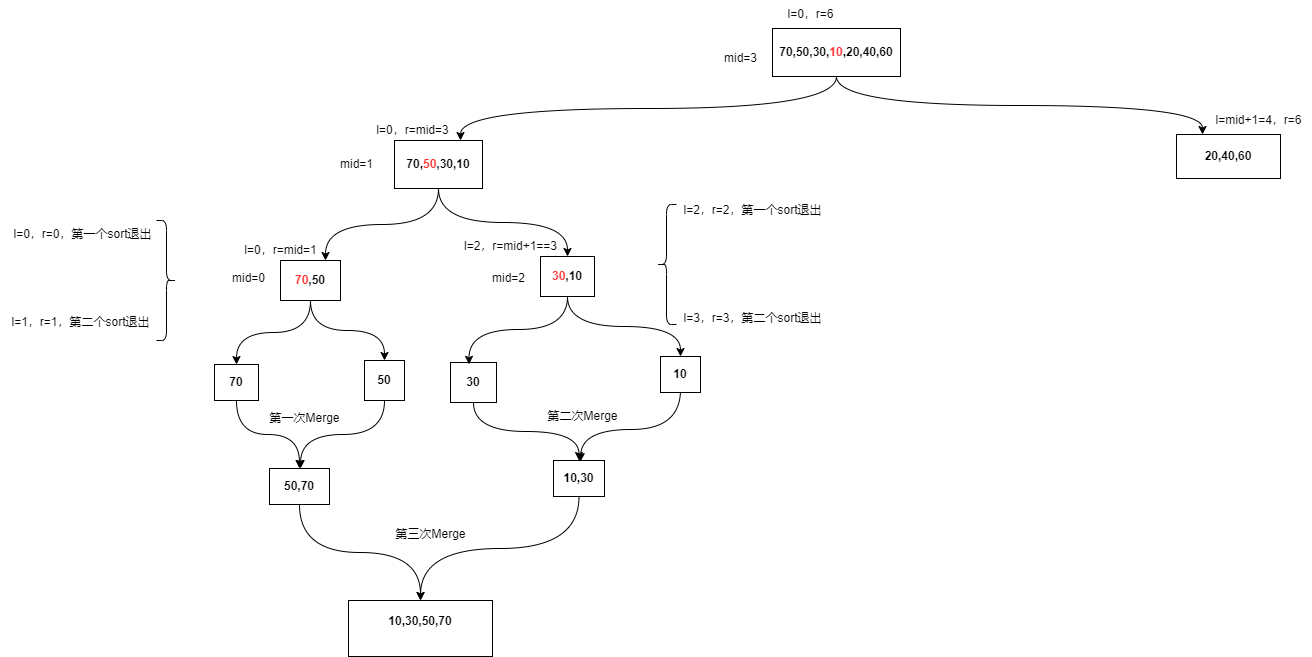
The draw.io diagram AlgorithmsAndDataStructures/归并算法.drawio.png in wjb0823/drawio, before a commit. Source tidied: cells renumbered, new cells last; positions are measured from the earlier drawing's top-left corner, leaving out a move shared by most shapes.
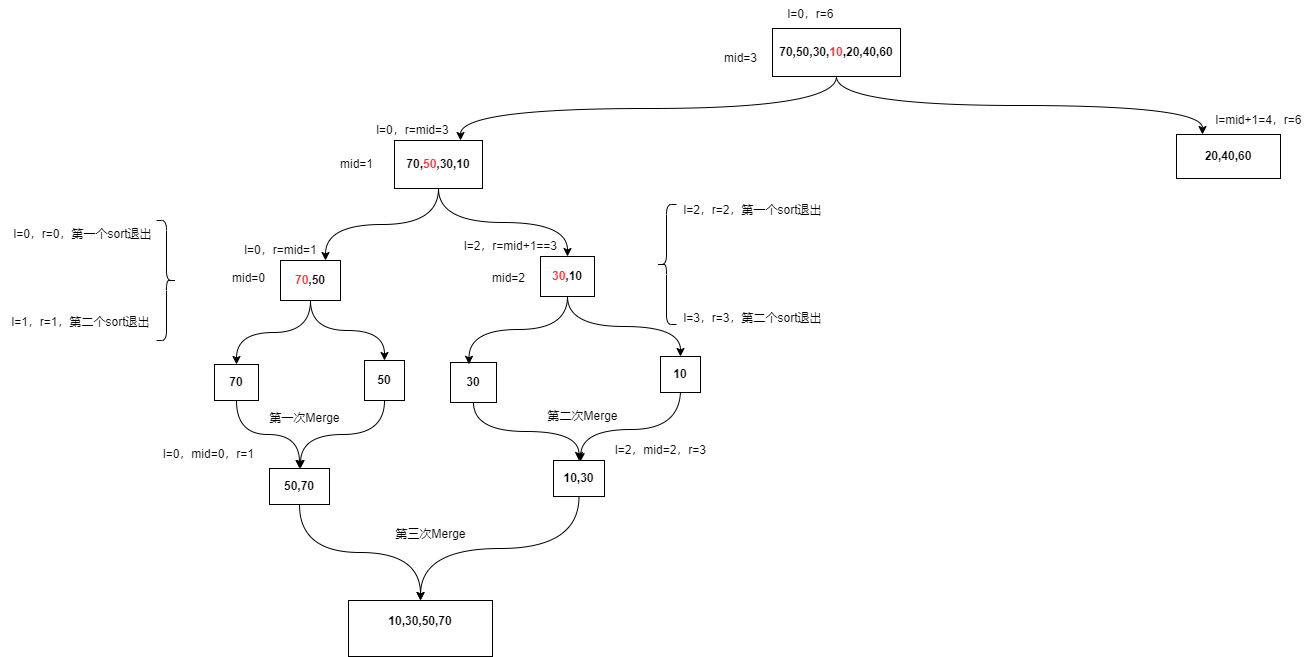
The same file after the commit.

Commit message:
更新归并算法.drawio.png

Diff of the diagram source:
```diff
@@ -145,5 +145,11 @@
     <mxCell id="45" value="mid=2" style="text;html=1;align=center;verticalAlign=middle;strokeColor=none;fillColor=none;" parent="1" vertex="1">
       <mxGeometry x="480" y="264" width="56" height="28" as="geometry" />
     </mxCell>
+    <mxCell id="46" value="l=0，mid=0，r=1" style="text;html=1;align=center;verticalAlign=middle;strokeColor=none;fillColor=none;" parent="1" vertex="1">
+      <mxGeometry x="152" y="440" width="112" height="28" as="geometry" />
+    </mxCell>
+    <mxCell id="47" value="l=2，mid=2，r=3" style="text;html=1;align=center;verticalAlign=middle;strokeColor=none;fillColor=none;" parent="1" vertex="1">
+      <mxGeometry x="604" y="436" width="112" height="28" as="geometry" />
+    </mxCell>
   </root>
 </mxGraphModel>
```
